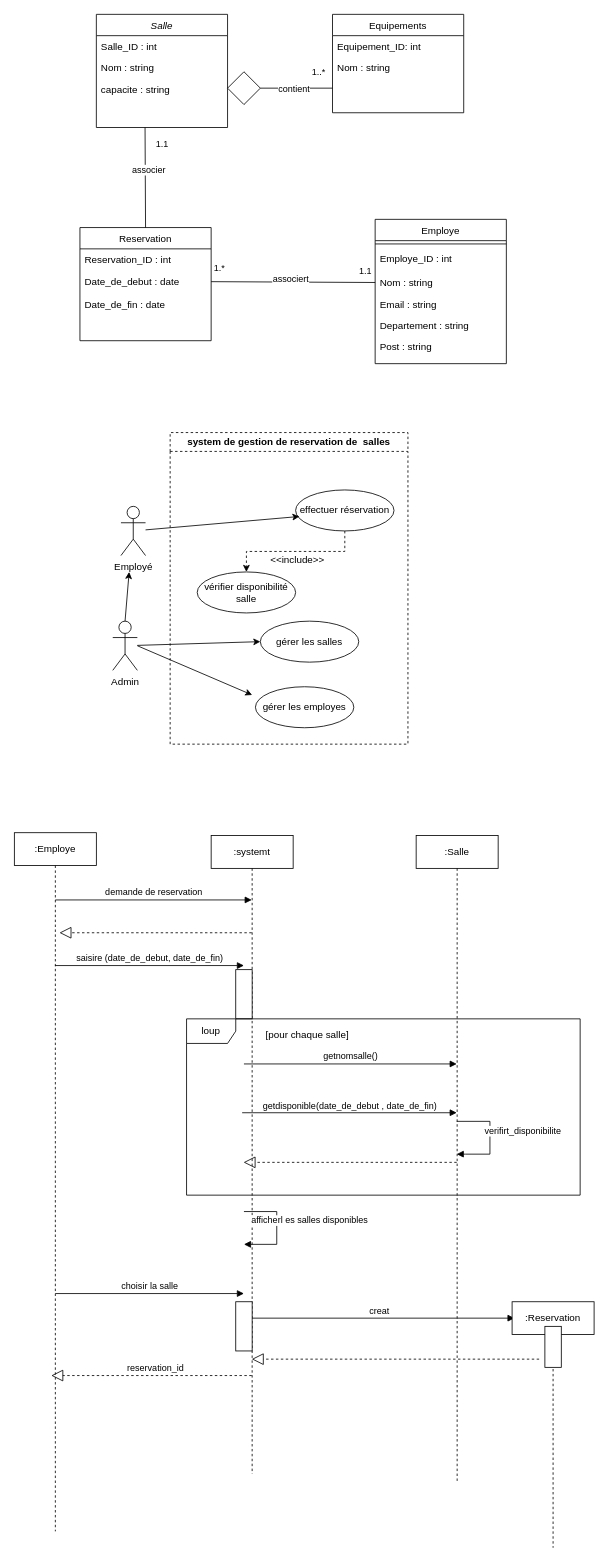
Above: Diagramme sans nom.drawio in Fatiroot/Bookify (draw.io), before the change. Source tidied: cells renumbered, new cells numbered last; positions are measured from the earlier drawing's top-left corner, leaving out a move shared by most shapes. Both pictures are drawn from the tidied source at 82%, with x=0, y=0 at pixel (14, 14).
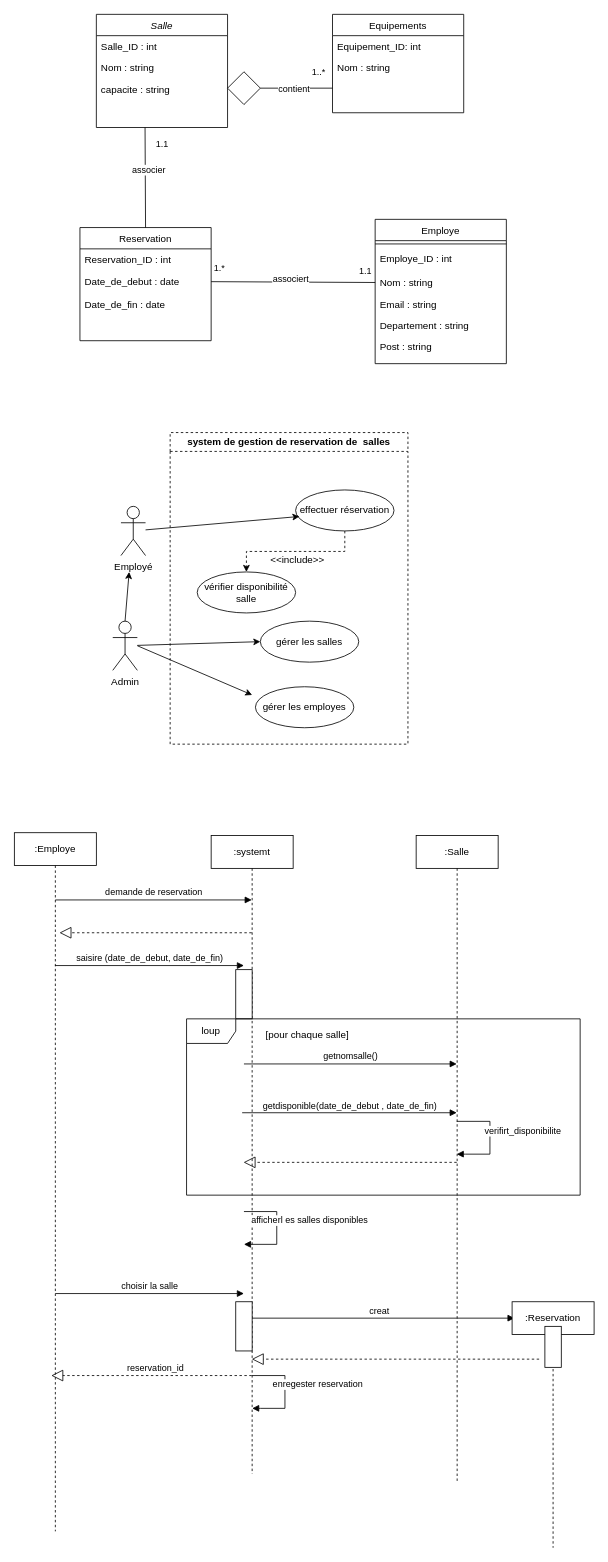
Above is the later version.

Commit message:
Mettre à jour Diagramme de class , cas d'utilisation et de séquence

Diff of the diagram source:
```diff
@@
+    <mxCell id="66" value="enregester reservation" style="html=1;verticalAlign=bottom;endArrow=block;curved=0;rounded=0;" parent="1" edge="1">
+      <mxGeometry y="40" relative="1" as="geometry">
+        <mxPoint x="290" y="1660" as="sourcePoint" />
+        <mxPoint x="290" y="1700" as="targetPoint" />
+        <Array as="points">
+          <mxPoint x="330" y="1660" />
+          <mxPoint x="330" y="1670" />
+          <mxPoint x="330" y="1700" />
+          <mxPoint x="300" y="1700" />
+        </Array>
+      </mxGeometry>
+    </mxCell>
```
